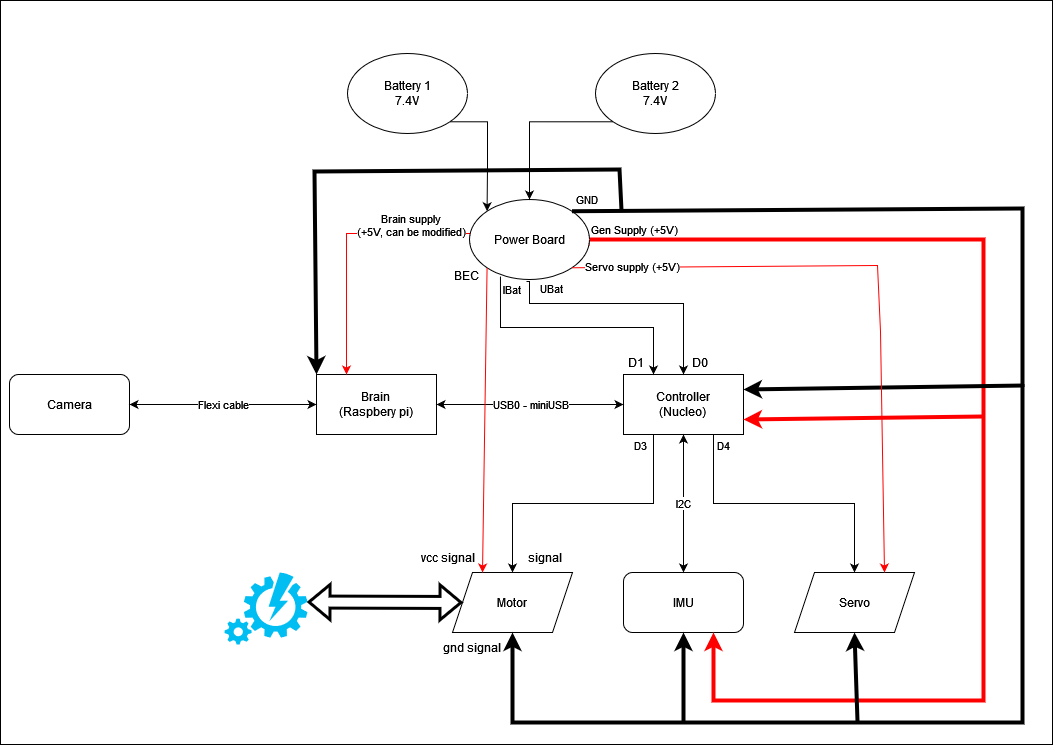
Above: source/images/hardwaresetupforcar/ConnectionDiagram.png in ECC-BFMC/Documentation (draw.io), before the change. Source tidied: cells renumbered, new cells last; positions are measured from the earlier drawing's top-left corner, leaving out a move shared by most shapes.
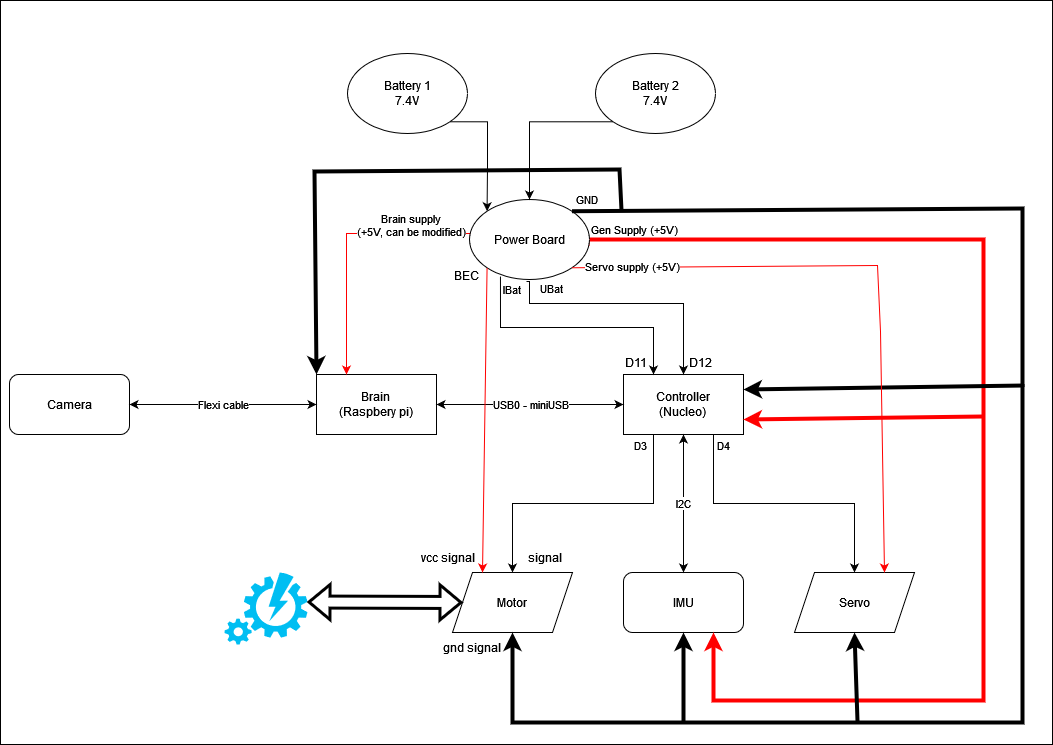
Above is the later version.

Change to the diagram source:
```diff
@@ -127,10 +127,10 @@
         </Array>
       </mxGeometry>
     </mxCell>
-    <mxCell id="30" value="D0" style="text;html=1;strokeColor=none;fillColor=none;align=center;verticalAlign=middle;whiteSpace=wrap;rounded=0;" parent="1" vertex="1">
+    <mxCell id="30" value="D12" style="text;html=1;strokeColor=none;fillColor=none;align=center;verticalAlign=middle;whiteSpace=wrap;rounded=0;" parent="1" vertex="1">
       <mxGeometry x="670" y="347" width="60" height="30" as="geometry" />
     </mxCell>
-    <mxCell id="31" value="D1" style="text;html=1;strokeColor=none;fillColor=none;align=center;verticalAlign=middle;whiteSpace=wrap;rounded=0;" parent="1" vertex="1">
+    <mxCell id="31" value="D11" style="text;html=1;strokeColor=none;fillColor=none;align=center;verticalAlign=middle;whiteSpace=wrap;rounded=0;" parent="1" vertex="1">
       <mxGeometry x="606" y="347" width="60" height="30" as="geometry" />
     </mxCell>
     <mxCell id="32" style="endArrow=classic;html=1;rounded=0;strokeColor=#ff0000;strokeWidth=4;jumpSize=21;entryX=1;entryY=0.75;entryDx=0;entryDy=0;" parent="1" edge="1" target="6">
```
